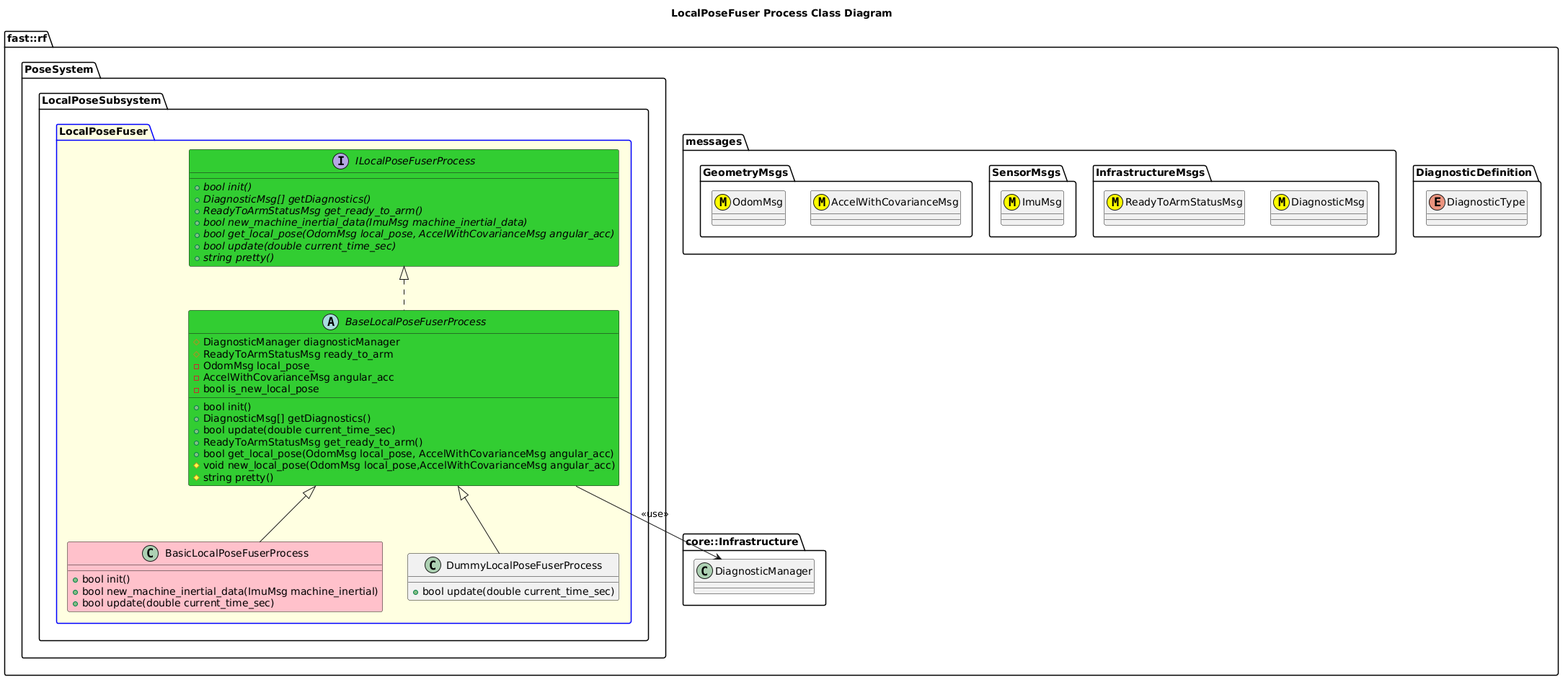
Above: Systems/Pose/Subsystems/LocalPose/Processes/LocalPoseFuser/doc/puml/LocalPoseFuserProcessClassDiagram.png in fastrobotics/robot_framework (PlantUML), before the change.
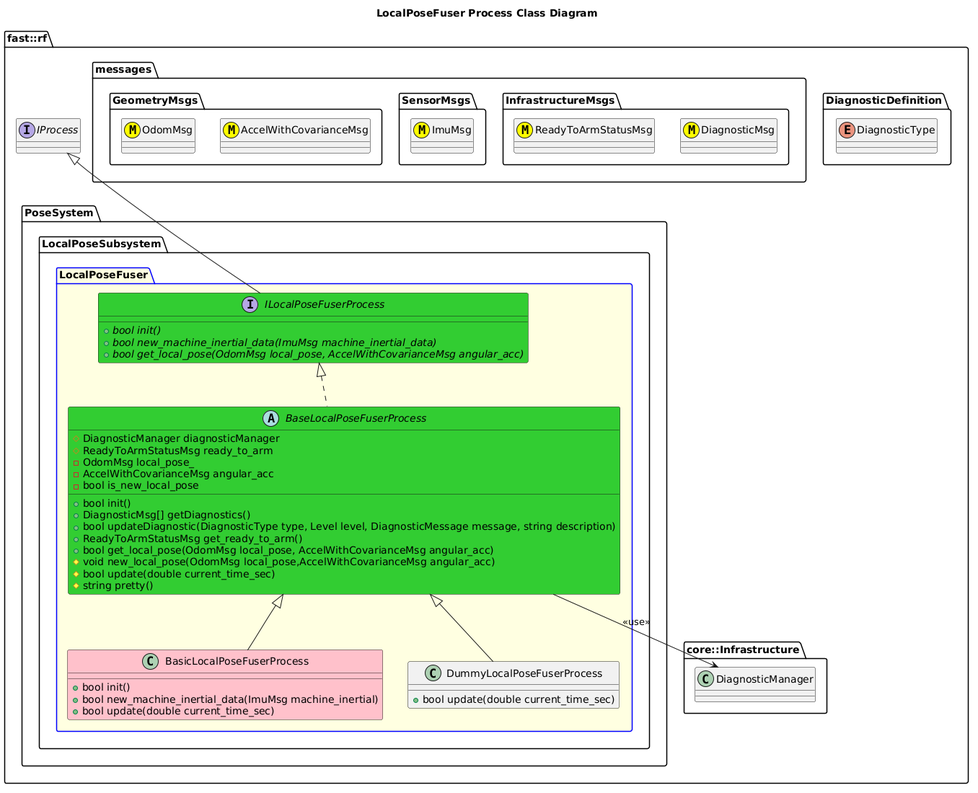
Above is the later version.

The edit, as a diff of the source:
```diff
@@ -21,25 +21,24 @@
   namespace core::Infrastructure {
     class DiagnosticManager
   }
+  interface IProcess
   namespace PoseSystem {
     namespace LocalPoseSubsystem {
       package LocalPoseFuser #LightYellow;line:blue {
         interface ILocalPoseFuserProcess #LimeGreen  {
           +{abstract} bool init()
-          +{abstract} DiagnosticMsg[] getDiagnostics()
-          +{abstract} ReadyToArmStatusMsg get_ready_to_arm()
           +{abstract} bool new_machine_inertial_data(ImuMsg machine_inertial_data)
           +{abstract} bool get_local_pose(OdomMsg local_pose, AccelWithCovarianceMsg angular_acc)
-          +{abstract} bool update(double current_time_sec)
-          +{abstract} string pretty()
         }
+        ILocalPoseFuserProcess -up-|> IProcess
         abstract BaseLocalPoseFuserProcess #LimeGreen {
           +bool init()
           +DiagnosticMsg[] getDiagnostics()
-          +bool update(double current_time_sec)
+          +bool updateDiagnostic(DiagnosticType type, Level level, DiagnosticMessage message, string description)
           +ReadyToArmStatusMsg get_ready_to_arm()
           +bool get_local_pose(OdomMsg local_pose, AccelWithCovarianceMsg angular_acc)
           #void new_local_pose(OdomMsg local_pose,AccelWithCovarianceMsg angular_acc)
+	  #bool update(double current_time_sec)
           #string pretty()
           #DiagnosticManager diagnosticManager
           #ReadyToArmStatusMsg ready_to_arm
```
